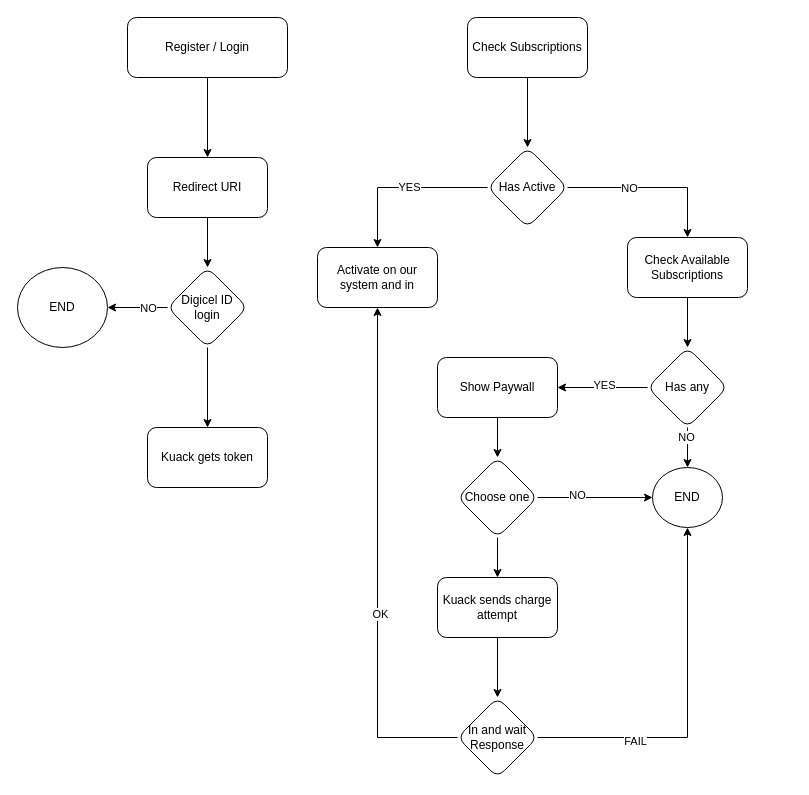
Above: page "Digicel" (4 of 4) of Untitled Diagram.drawio in andresmdo/phplame (draw.io), before the change. Source tidied: cells renumbered, new cells numbered last; positions are measured from the earlier drawing's top-left corner, leaving out a move shared by most shapes. Both pictures are drawn from the tidied source at 100%, with x=0, y=0 at pixel (17, 17).
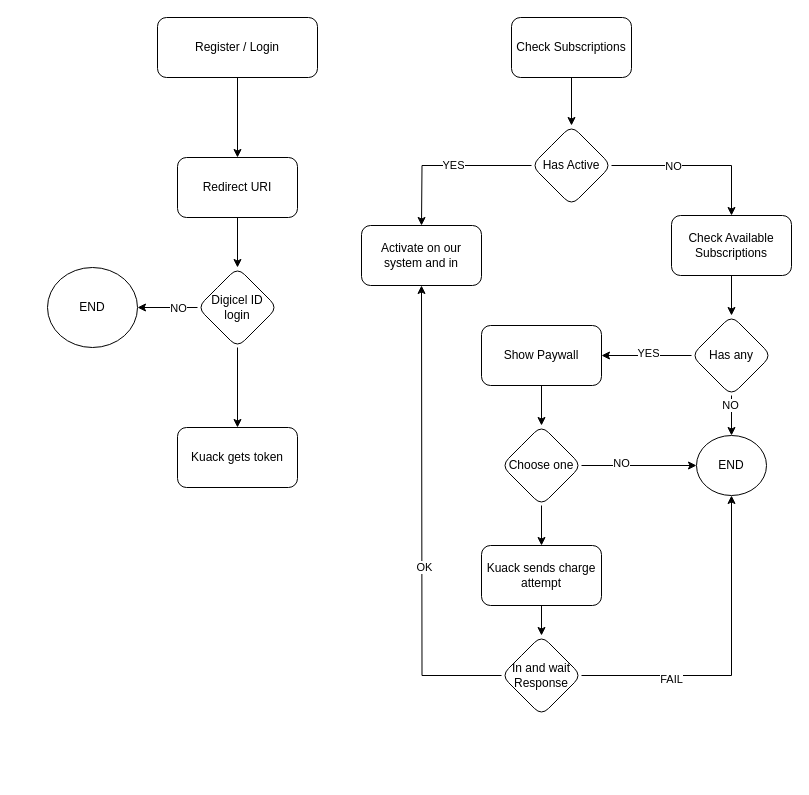
The same diagram, later.

Diff of the diagram source:
```diff
@@
     <mxCell id="3" value="Register / Login" style="rounded=1;whiteSpace=wrap;html=1;" parent="1" vertex="1">
-      <mxGeometry x="110" width="160" height="60" as="geometry" />
+      <mxGeometry x="140" width="160" height="60" as="geometry" />
     </mxCell>
@@
     <mxCell id="5" value="Redirect URI" style="whiteSpace=wrap;html=1;rounded=1;" parent="1" vertex="1">
-      <mxGeometry x="130" y="140" width="120" height="60" as="geometry" />
+      <mxGeometry x="160" y="140" width="120" height="60" as="geometry" />
     </mxCell>
@@
     <mxCell id="9" value="Digicel ID&lt;br&gt;login" style="rhombus;whiteSpace=wrap;html=1;rounded=1;" parent="1" vertex="1">
-      <mxGeometry x="150" y="250" width="80" height="80" as="geometry" />
+      <mxGeometry x="180" y="250" width="80" height="80" as="geometry" />
     </mxCell>
     <mxCell id="10" value="END" style="ellipse;whiteSpace=wrap;html=1;rounded=1;" parent="1" vertex="1">
-      <mxGeometry y="250" width="90" height="80" as="geometry" />
+      <mxGeometry x="30" y="250" width="90" height="80" as="geometry" />
     </mxCell>
     <mxCell id="11" value="Kuack gets token" style="whiteSpace=wrap;html=1;rounded=1;" parent="1" vertex="1">
-      <mxGeometry x="130" y="410" width="120" height="60" as="geometry" />
+      <mxGeometry x="160" y="410" width="120" height="60" as="geometry" />
     </mxCell>
@@
     <mxCell id="13" value="Check Subscriptions" style="rounded=1;whiteSpace=wrap;html=1;" parent="1" vertex="1">
-      <mxGeometry x="450" width="120" height="60" as="geometry" />
+      <mxGeometry x="494" width="120" height="60" as="geometry" />
     </mxCell>
-    <mxCell id="14" style="edgeStyle=orthogonalEdgeStyle;rounded=0;jettySize=auto;html=1;" parent="1" edge="1" source="18" target="19">
-      <mxGeometry relative="1" as="geometry" />
+    <mxCell id="14" style="edgeStyle=orthogonalEdgeStyle;rounded=0;jettySize=auto;html=1;" parent="1" edge="1" source="18">
+      <mxGeometry relative="1" as="geometry">
+        <mxPoint x="404" y="208" as="targetPoint" />
+      </mxGeometry>
     </mxCell>
@@
     <mxCell id="18" value="Has Active" style="rhombus;whiteSpace=wrap;html=1;rounded=1;" parent="1" vertex="1">
-      <mxGeometry x="470" y="130" width="80" height="80" as="geometry" />
+      <mxGeometry x="514" y="108" width="80" height="80" as="geometry" />
     </mxCell>
     <mxCell id="19" value="Activate on our system and in" style="whiteSpace=wrap;html=1;rounded=1;" parent="1" vertex="1">
-      <mxGeometry x="300" y="230" width="120" height="60" as="geometry" />
+      <mxGeometry x="344" y="208" width="120" height="60" as="geometry" />
     </mxCell>
@@
     <mxCell id="21" value="Check Available Subscriptions" style="whiteSpace=wrap;html=1;rounded=1;" parent="1" vertex="1">
-      <mxGeometry x="610" y="220" width="120" height="60" as="geometry" />
+      <mxGeometry x="654" y="198" width="120" height="60" as="geometry" />
     </mxCell>
@@
     <mxCell id="26" value="Has any" style="rhombus;whiteSpace=wrap;html=1;rounded=1;" parent="1" vertex="1">
-      <mxGeometry x="630" y="330" width="80" height="80" as="geometry" />
+      <mxGeometry x="674" y="298" width="80" height="80" as="geometry" />
     </mxCell>
@@
     <mxCell id="28" value="Show Paywall" style="whiteSpace=wrap;html=1;rounded=1;" parent="1" vertex="1">
-      <mxGeometry x="420" y="340" width="120" height="60" as="geometry" />
+      <mxGeometry x="464" y="308" width="120" height="60" as="geometry" />
     </mxCell>
     <mxCell id="29" value="END" style="ellipse;whiteSpace=wrap;html=1;rounded=1;" parent="1" vertex="1">
-      <mxGeometry x="635" y="450" width="70" height="60" as="geometry" />
+      <mxGeometry x="679" y="418" width="70" height="60" as="geometry" />
     </mxCell>
@@
     <mxCell id="33" value="Choose one" style="rhombus;whiteSpace=wrap;html=1;rounded=1;" parent="1" vertex="1">
-      <mxGeometry x="440" y="440" width="80" height="80" as="geometry" />
+      <mxGeometry x="484" y="408" width="80" height="80" as="geometry" />
     </mxCell>
@@
     <mxCell id="35" value="Kuack sends charge attempt" style="whiteSpace=wrap;html=1;rounded=1;" parent="1" vertex="1">
-      <mxGeometry x="420" y="560" width="120" height="60" as="geometry" />
+      <mxGeometry x="464" y="528" width="120" height="60" as="geometry" />
     </mxCell>
-    <mxCell id="36" style="edgeStyle=orthogonalEdgeStyle;rounded=0;jettySize=auto;html=1;entryX=0.5;entryY=1;entryDx=0;entryDy=0;" parent="1" edge="1" source="40" target="19">
-      <mxGeometry relative="1" as="geometry" />
+    <mxCell id="36" style="edgeStyle=orthogonalEdgeStyle;rounded=0;jettySize=auto;html=1;entryX=0.5;entryY=1;entryDx=0;entryDy=0;" parent="1" edge="1" source="40">
+      <mxGeometry relative="1" as="geometry">
+        <mxPoint x="404" y="268" as="targetPoint" />
+      </mxGeometry>
     </mxCell>
@@
     <mxCell id="40" value="In and wait&lt;br&gt;Response" style="rhombus;whiteSpace=wrap;html=1;rounded=1;" parent="1" vertex="1">
-      <mxGeometry x="440" y="680" width="80" height="80" as="geometry" />
+      <mxGeometry x="484" y="618" width="80" height="80" as="geometry" />
     </mxCell>
```
